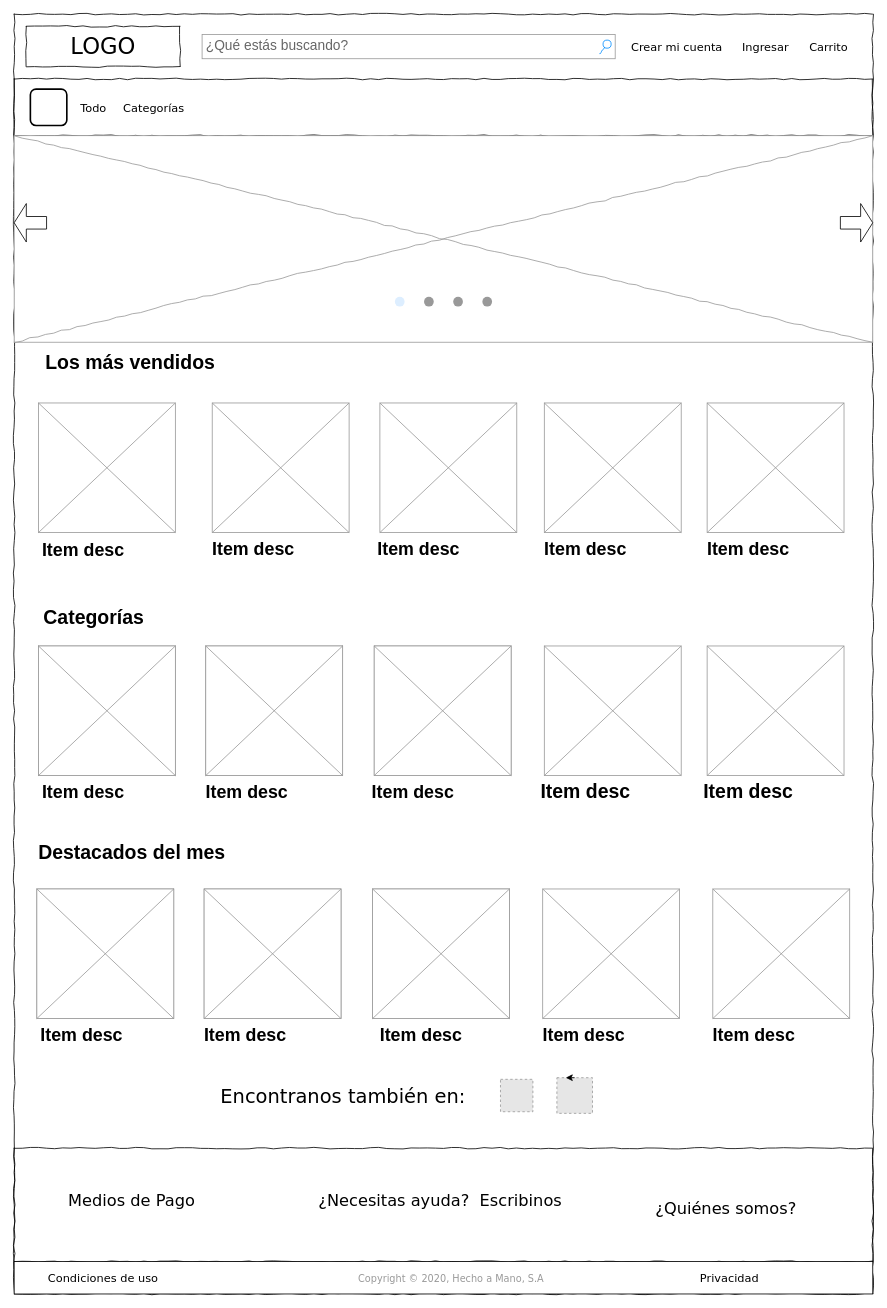
Before: page "Page-1" (1 of 2) of Untitled Diagram.drawio in CarliFP/grupo_1_hechoAmano, a draw.io diagram. Source tidied: cells renumbered, new cells numbered last; positions are measured from the earlier drawing's top-left corner, leaving out a move shared by most shapes. Both pictures are drawn from the tidied source at 81%, with x=0, y=0 at pixel (14, 14). Pictures stored in the file or linked from it are replaced by grey dashed boxes.
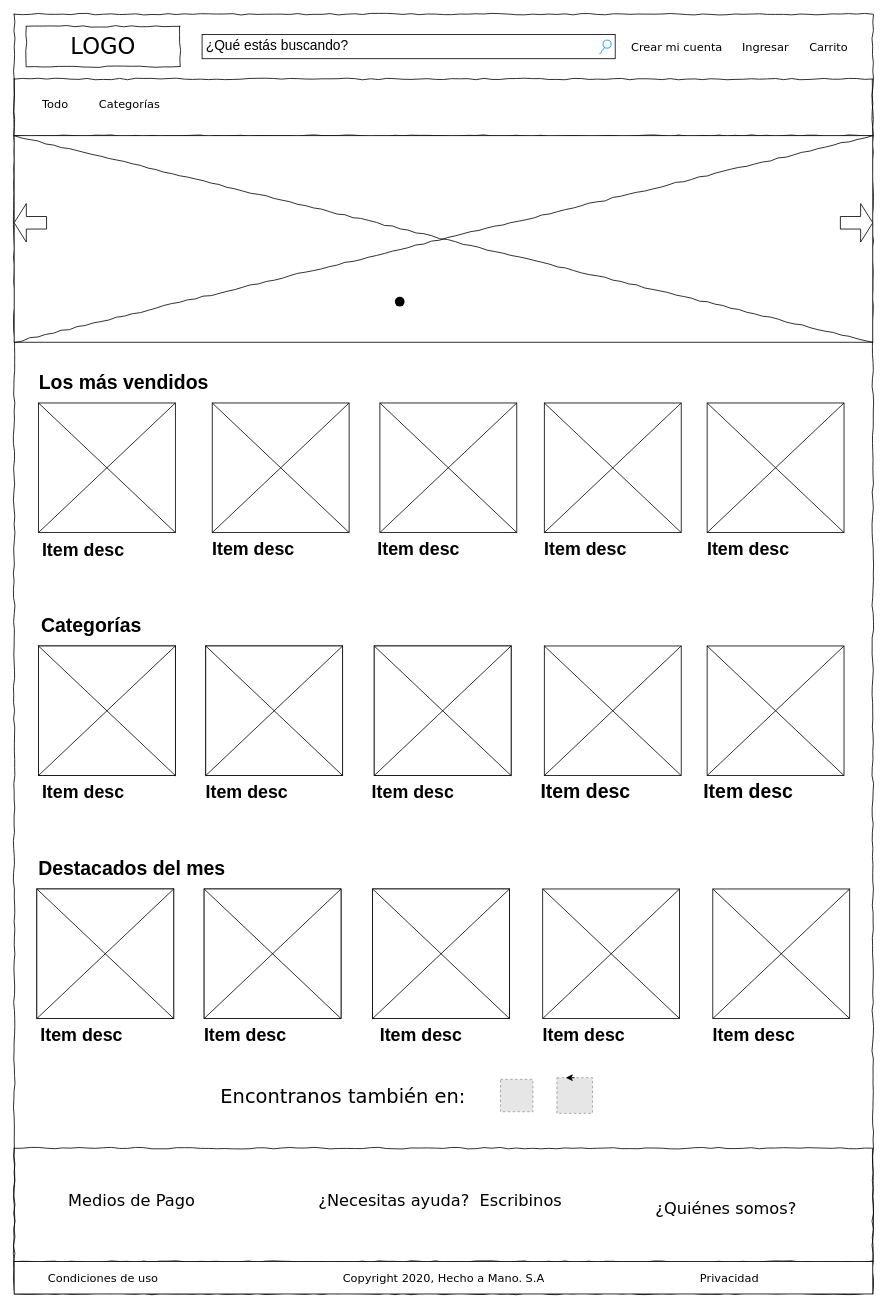
After the change.

The edit, as a diff of the source:
```diff
@@
-<mxGraphModel background="#ffffff">
+<mxGraphModel>
@@
-    <mxCell id="2" style="whiteSpace=wrap;html=1;rounded=0;shadow=0;labelBackgroundColor=none;strokeColor=#000000;strokeWidth=1;fillColor=none;fontFamily=Verdana;fontSize=12;fontColor=#000000;align=center;comic=1;" parent="1" vertex="1">
+    <mxCell id="2" style="whiteSpace=wrap;html=1;rounded=0;shadow=0;labelBackgroundColor=none;strokeWidth=1;fillColor=none;fontFamily=Verdana;fontSize=12;align=center;comic=1;" parent="1" vertex="1">
       <mxGeometry width="1060" height="1580" as="geometry" />
     </mxCell>
@@
-    <mxCell id="4" value="¿Qué estás buscando?" style="strokeWidth=1;shadow=0;dashed=0;align=center;html=1;shape=mxgraph.mockup.forms.searchBox;strokeColor=#999999;mainText=;strokeColor2=#008cff;fontColor=#666666;fontSize=17;align=left;spacingLeft=3;rounded=0;labelBackgroundColor=none;comic=1;" parent="1" vertex="1">
+    <mxCell id="4" value="¿Qué estás buscando?" style="strokeWidth=1;shadow=0;dashed=0;align=center;html=1;shape=mxgraph.mockup.forms.searchBox;mainText=;strokeColor2=#008cff;fontSize=17;align=left;spacingLeft=3;rounded=0;labelBackgroundColor=none;comic=1;" parent="1" vertex="1">
       <mxGeometry x="232" y="25" width="510" height="30" as="geometry" />
     </mxCell>
@@
     <mxCell id="9" value="&lt;font style=&quot;font-size: 14px&quot;&gt;Todo&lt;/font&gt;" style="text;html=1;align=left;verticalAlign=top;spacingTop=-4;fontSize=14;fontFamily=Verdana;" parent="1" vertex="1">
-      <mxGeometry x="80" y="105" width="60" height="20" as="geometry" />
+      <mxGeometry x="32.5" y="100" width="60" height="20" as="geometry" />
     </mxCell>
     <mxCell id="10" value="Categorías&amp;nbsp;" style="text;html=1;align=left;verticalAlign=top;spacingTop=-4;fontSize=14;fontFamily=Verdana;" parent="1" vertex="1">
-      <mxGeometry x="132.5" y="105" width="60" height="20" as="geometry" />
+      <mxGeometry x="102.5" y="100" width="60" height="20" as="geometry" />
     </mxCell>
-    <mxCell id="11" style="verticalLabelPosition=bottom;shadow=0;dashed=0;align=center;html=1;verticalAlign=top;strokeWidth=1;shape=mxgraph.mockup.graphics.simpleIcon;strokeColor=#999999;rounded=0;labelBackgroundColor=none;fontFamily=Verdana;fontSize=14;fontColor=#000000;comic=1;" parent="1" vertex="1">
+    <mxCell id="11" style="verticalLabelPosition=bottom;shadow=0;dashed=0;align=center;html=1;verticalAlign=top;strokeWidth=1;shape=mxgraph.mockup.graphics.simpleIcon;rounded=0;labelBackgroundColor=none;fontFamily=Verdana;fontSize=14;comic=1;" parent="1" vertex="1">
       <mxGeometry y="150" width="1060" height="255" as="geometry" />
     </mxCell>
@@
-    <mxCell id="14" style="verticalLabelPosition=bottom;shadow=0;dashed=0;align=center;html=1;verticalAlign=top;strokeWidth=1;shape=mxgraph.mockup.navigation.pageControl;fillColor=#999999;strokeColor=#ddeeff;" parent="1" vertex="1">
+    <mxCell id="14" style="verticalLabelPosition=bottom;shadow=0;dashed=0;align=center;html=1;verticalAlign=top;strokeWidth=1;shape=mxgraph.mockup.navigation.pageControl;" parent="1" vertex="1">
       <mxGeometry x="470" y="325" width="120" height="60" as="geometry" />
     </mxCell>
-    <mxCell id="15" style="verticalLabelPosition=bottom;shadow=0;dashed=0;align=center;html=1;verticalAlign=top;strokeWidth=1;shape=mxgraph.mockup.graphics.simpleIcon;strokeColor=#999999;fillColor=#ffffff;" parent="1" vertex="1">
+    <mxCell id="15" style="verticalLabelPosition=bottom;shadow=0;dashed=0;align=center;html=1;verticalAlign=top;strokeWidth=1;shape=mxgraph.mockup.graphics.simpleIcon;" parent="1" vertex="1">
       <mxGeometry x="30" y="480" width="169" height="160" as="geometry" />
     </mxCell>
-    <mxCell id="16" style="verticalLabelPosition=bottom;shadow=0;dashed=0;align=center;html=1;verticalAlign=top;strokeWidth=1;shape=mxgraph.mockup.graphics.simpleIcon;strokeColor=#999999;fillColor=#ffffff;" parent="1" vertex="1">
+    <mxCell id="16" style="verticalLabelPosition=bottom;shadow=0;dashed=0;align=center;html=1;verticalAlign=top;strokeWidth=1;shape=mxgraph.mockup.graphics.simpleIcon;" parent="1" vertex="1">
       <mxGeometry x="244.5" y="480" width="169" height="160" as="geometry" />
     </mxCell>
-    <mxCell id="17" style="verticalLabelPosition=bottom;shadow=0;dashed=0;align=center;html=1;verticalAlign=top;strokeWidth=1;shape=mxgraph.mockup.graphics.simpleIcon;strokeColor=#999999;fillColor=#ffffff;" parent="1" vertex="1">
+    <mxCell id="17" style="verticalLabelPosition=bottom;shadow=0;dashed=0;align=center;html=1;verticalAlign=top;strokeWidth=1;shape=mxgraph.mockup.graphics.simpleIcon;" parent="1" vertex="1">
       <mxGeometry x="451.5" y="480" width="169" height="160" as="geometry" />
     </mxCell>
-    <mxCell id="18" style="verticalLabelPosition=bottom;shadow=0;dashed=0;align=center;html=1;verticalAlign=top;strokeWidth=1;shape=mxgraph.mockup.graphics.simpleIcon;strokeColor=#999999;fillColor=#ffffff;" parent="1" vertex="1">
+    <mxCell id="18" style="verticalLabelPosition=bottom;shadow=0;dashed=0;align=center;html=1;verticalAlign=top;strokeWidth=1;shape=mxgraph.mockup.graphics.simpleIcon;" parent="1" vertex="1">
       <mxGeometry x="654.5" y="480" width="169" height="160" as="geometry" />
     </mxCell>
-    <mxCell id="19" style="verticalLabelPosition=bottom;shadow=0;dashed=0;align=center;html=1;verticalAlign=top;strokeWidth=1;shape=mxgraph.mockup.graphics.simpleIcon;strokeColor=#999999;fillColor=#ffffff;" parent="1" vertex="1">
+    <mxCell id="19" style="verticalLabelPosition=bottom;shadow=0;dashed=0;align=center;html=1;verticalAlign=top;strokeWidth=1;shape=mxgraph.mockup.graphics.simpleIcon;" parent="1" vertex="1">
       <mxGeometry x="855.5" y="480" width="169" height="160" as="geometry" />
     </mxCell>
     <mxCell id="20" value="Los más vendidos" style="text;strokeColor=none;fillColor=none;html=1;fontSize=24;fontStyle=1;verticalAlign=middle;align=center;" parent="1" vertex="1">
-      <mxGeometry x="22.8" y="405" width="240" height="50" as="geometry" />
+      <mxGeometry x="15" y="430" width="240" height="50" as="geometry" />
     </mxCell>
@@
-    <mxCell id="26" style="verticalLabelPosition=bottom;shadow=0;dashed=0;align=center;html=1;verticalAlign=top;strokeWidth=1;shape=mxgraph.mockup.graphics.simpleIcon;strokeColor=#999999;fillColor=#ffffff;" parent="1" vertex="1">
+    <mxCell id="26" style="verticalLabelPosition=bottom;shadow=0;dashed=0;align=center;html=1;verticalAlign=top;strokeWidth=1;shape=mxgraph.mockup.graphics.simpleIcon;" parent="1" vertex="1">
       <mxGeometry x="855.5" y="780" width="169" height="160" as="geometry" />
     </mxCell>
-    <mxCell id="27" style="verticalLabelPosition=bottom;shadow=0;dashed=0;align=center;html=1;verticalAlign=top;strokeWidth=1;shape=mxgraph.mockup.graphics.simpleIcon;strokeColor=#999999;fillColor=#ffffff;" parent="1" vertex="1">
+    <mxCell id="27" style="verticalLabelPosition=bottom;shadow=0;dashed=0;align=center;html=1;verticalAlign=top;strokeWidth=1;shape=mxgraph.mockup.graphics.simpleIcon;" parent="1" vertex="1">
       <mxGeometry x="654.5" y="780" width="169" height="160" as="geometry" />
     </mxCell>
-    <mxCell id="28" style="verticalLabelPosition=bottom;shadow=0;dashed=0;align=center;html=1;verticalAlign=top;strokeWidth=1;shape=mxgraph.mockup.graphics.simpleIcon;strokeColor=#999999;fillColor=#ffffff;" parent="1" vertex="1">
+    <mxCell id="28" style="verticalLabelPosition=bottom;shadow=0;dashed=0;align=center;html=1;verticalAlign=top;strokeWidth=1;shape=mxgraph.mockup.graphics.simpleIcon;" parent="1" vertex="1">
       <mxGeometry x="444.5" y="780" width="169" height="160" as="geometry" />
     </mxCell>
     <mxCell id="29" value="Categorías" style="text;strokeColor=none;fillColor=none;html=1;fontSize=24;fontStyle=1;verticalAlign=middle;align=center;" parent="1" vertex="1">
-      <mxGeometry x="32.5" y="720" width="130" height="50" as="geometry" />
+      <mxGeometry x="30" y="730" width="130" height="50" as="geometry" />
     </mxCell>
-    <mxCell id="30" style="verticalLabelPosition=bottom;shadow=0;dashed=0;align=center;html=1;verticalAlign=top;strokeWidth=1;shape=mxgraph.mockup.graphics.simpleIcon;strokeColor=#999999;fillColor=#ffffff;" parent="1" vertex="1">
+    <mxCell id="30" style="verticalLabelPosition=bottom;shadow=0;dashed=0;align=center;html=1;verticalAlign=top;strokeWidth=1;shape=mxgraph.mockup.graphics.simpleIcon;" parent="1" vertex="1">
       <mxGeometry x="30" y="780" width="169" height="160" as="geometry" />
     </mxCell>
@@
-    <mxCell id="32" style="verticalLabelPosition=bottom;shadow=0;dashed=0;align=center;html=1;verticalAlign=top;strokeWidth=1;shape=mxgraph.mockup.graphics.simpleIcon;strokeColor=#999999;fillColor=#ffffff;" parent="1" vertex="1">
+    <mxCell id="32" style="verticalLabelPosition=bottom;shadow=0;dashed=0;align=center;html=1;verticalAlign=top;strokeWidth=1;shape=mxgraph.mockup.graphics.simpleIcon;" parent="1" vertex="1">
       <mxGeometry x="236.5" y="780" width="169" height="160" as="geometry" />
     </mxCell>
@@
-    <mxCell id="37" style="verticalLabelPosition=bottom;shadow=0;dashed=0;align=center;html=1;verticalAlign=top;strokeWidth=1;shape=mxgraph.mockup.graphics.simpleIcon;strokeColor=#999999;fillColor=#ffffff;" parent="1" vertex="1">
+    <mxCell id="37" style="verticalLabelPosition=bottom;shadow=0;dashed=0;align=center;html=1;verticalAlign=top;strokeWidth=1;shape=mxgraph.mockup.graphics.simpleIcon;" parent="1" vertex="1">
       <mxGeometry x="444.5" y="780" width="169" height="160" as="geometry" />
     </mxCell>
-    <mxCell id="38" style="verticalLabelPosition=bottom;shadow=0;dashed=0;align=center;html=1;verticalAlign=top;strokeWidth=1;shape=mxgraph.mockup.graphics.simpleIcon;strokeColor=#999999;fillColor=#ffffff;" parent="1" vertex="1">
+    <mxCell id="38" style="verticalLabelPosition=bottom;shadow=0;dashed=0;align=center;html=1;verticalAlign=top;strokeWidth=1;shape=mxgraph.mockup.graphics.simpleIcon;" parent="1" vertex="1">
       <mxGeometry x="236.5" y="780" width="169" height="160" as="geometry" />
     </mxCell>
-    <mxCell id="39" style="verticalLabelPosition=bottom;shadow=0;dashed=0;align=center;html=1;verticalAlign=top;strokeWidth=1;shape=mxgraph.mockup.graphics.simpleIcon;strokeColor=#999999;fillColor=#ffffff;" parent="1" vertex="1">
+    <mxCell id="39" style="verticalLabelPosition=bottom;shadow=0;dashed=0;align=center;html=1;verticalAlign=top;strokeWidth=1;shape=mxgraph.mockup.graphics.simpleIcon;" parent="1" vertex="1">
       <mxGeometry x="30" y="780" width="169" height="160" as="geometry" />
     </mxCell>
-    <mxCell id="40" style="verticalLabelPosition=bottom;shadow=0;dashed=0;align=center;html=1;verticalAlign=top;strokeWidth=1;shape=mxgraph.mockup.graphics.simpleIcon;strokeColor=#999999;fillColor=#ffffff;" parent="1" vertex="1">
+    <mxCell id="40" style="verticalLabelPosition=bottom;shadow=0;dashed=0;align=center;html=1;verticalAlign=top;strokeWidth=1;shape=mxgraph.mockup.graphics.simpleIcon;" parent="1" vertex="1">
       <mxGeometry x="862.5" y="1080" width="169" height="160" as="geometry" />
     </mxCell>
-    <mxCell id="41" style="verticalLabelPosition=bottom;shadow=0;dashed=0;align=center;html=1;verticalAlign=top;strokeWidth=1;shape=mxgraph.mockup.graphics.simpleIcon;strokeColor=#999999;fillColor=#ffffff;" parent="1" vertex="1">
+    <mxCell id="41" style="verticalLabelPosition=bottom;shadow=0;dashed=0;align=center;html=1;verticalAlign=top;strokeWidth=1;shape=mxgraph.mockup.graphics.simpleIcon;" parent="1" vertex="1">
       <mxGeometry x="652.5" y="1080" width="169" height="160" as="geometry" />
     </mxCell>
-    <mxCell id="42" style="verticalLabelPosition=bottom;shadow=0;dashed=0;align=center;html=1;verticalAlign=top;strokeWidth=1;shape=mxgraph.mockup.graphics.simpleIcon;strokeColor=#999999;fillColor=#ffffff;" parent="1" vertex="1">
+    <mxCell id="42" style="verticalLabelPosition=bottom;shadow=0;dashed=0;align=center;html=1;verticalAlign=top;strokeWidth=1;shape=mxgraph.mockup.graphics.simpleIcon;" parent="1" vertex="1">
       <mxGeometry x="442.5" y="1080" width="169" height="160" as="geometry" />
     </mxCell>
     <mxCell id="43" value="Destacados del mes" style="text;strokeColor=none;fillColor=none;html=1;fontSize=24;fontStyle=1;verticalAlign=middle;align=center;" parent="1" vertex="1">
-      <mxGeometry x="80" y="1010" width="130" height="50" as="geometry" />
+      <mxGeometry x="80" y="1030" width="130" height="50" as="geometry" />
     </mxCell>
-    <mxCell id="44" style="verticalLabelPosition=bottom;shadow=0;dashed=0;align=center;html=1;verticalAlign=top;strokeWidth=1;shape=mxgraph.mockup.graphics.simpleIcon;strokeColor=#999999;fillColor=#ffffff;" parent="1" vertex="1">
+    <mxCell id="44" style="verticalLabelPosition=bottom;shadow=0;dashed=0;align=center;html=1;verticalAlign=top;strokeWidth=1;shape=mxgraph.mockup.graphics.simpleIcon;" parent="1" vertex="1">
       <mxGeometry x="28" y="1080" width="169" height="160" as="geometry" />
     </mxCell>
@@
-    <mxCell id="46" style="verticalLabelPosition=bottom;shadow=0;dashed=0;align=center;html=1;verticalAlign=top;strokeWidth=1;shape=mxgraph.mockup.graphics.simpleIcon;strokeColor=#999999;fillColor=#ffffff;" parent="1" vertex="1">
+    <mxCell id="46" style="verticalLabelPosition=bottom;shadow=0;dashed=0;align=center;html=1;verticalAlign=top;strokeWidth=1;shape=mxgraph.mockup.graphics.simpleIcon;" parent="1" vertex="1">
       <mxGeometry x="234.5" y="1080" width="169" height="160" as="geometry" />
     </mxCell>
@@
-    <mxCell id="51" style="verticalLabelPosition=bottom;shadow=0;dashed=0;align=center;html=1;verticalAlign=top;strokeWidth=1;shape=mxgraph.mockup.graphics.simpleIcon;strokeColor=#999999;fillColor=#ffffff;" parent="1" vertex="1">
+    <mxCell id="51" style="verticalLabelPosition=bottom;shadow=0;dashed=0;align=center;html=1;verticalAlign=top;strokeWidth=1;shape=mxgraph.mockup.graphics.simpleIcon;" parent="1" vertex="1">
       <mxGeometry x="442.5" y="1080" width="169" height="160" as="geometry" />
     </mxCell>
-    <mxCell id="52" style="verticalLabelPosition=bottom;shadow=0;dashed=0;align=center;html=1;verticalAlign=top;strokeWidth=1;shape=mxgraph.mockup.graphics.simpleIcon;strokeColor=#999999;fillColor=#ffffff;" parent="1" vertex="1">
+    <mxCell id="52" style="verticalLabelPosition=bottom;shadow=0;dashed=0;align=center;html=1;verticalAlign=top;strokeWidth=1;shape=mxgraph.mockup.graphics.simpleIcon;" parent="1" vertex="1">
       <mxGeometry x="234.5" y="1080" width="169" height="160" as="geometry" />
     </mxCell>
-    <mxCell id="53" style="verticalLabelPosition=bottom;shadow=0;dashed=0;align=center;html=1;verticalAlign=top;strokeWidth=1;shape=mxgraph.mockup.graphics.simpleIcon;strokeColor=#999999;fillColor=#ffffff;" parent="1" vertex="1">
+    <mxCell id="53" style="verticalLabelPosition=bottom;shadow=0;dashed=0;align=center;html=1;verticalAlign=top;strokeWidth=1;shape=mxgraph.mockup.graphics.simpleIcon;" parent="1" vertex="1">
       <mxGeometry x="28" y="1080" width="169" height="160" as="geometry" />
     </mxCell>
@@
-    <mxCell id="59" style="fillColor=#E6E6E6;strokeColor=#999999;dashed=1;html=1;verticalAlign=top;verticalLabelPosition=bottom;labelBackgroundColor=#ffffff;" parent="1" vertex="1">
+    <mxCell id="59" style="fillColor=#E6E6E6;strokeColor=#999999;dashed=1;html=1;verticalAlign=top;verticalLabelPosition=bottom;" parent="1" vertex="1">
       <mxGeometry x="600.4" y="1315" width="40" height="40" as="geometry" />
     </mxCell>
-    <mxCell id="60" style="fillColor=#E6E6E6;strokeColor=#999999;dashed=1;html=1;verticalAlign=top;verticalLabelPosition=bottom;labelBackgroundColor=#ffffff;" parent="1" vertex="1">
+    <mxCell id="60" style="fillColor=#E6E6E6;strokeColor=#999999;dashed=1;html=1;verticalAlign=top;verticalLabelPosition=bottom;" parent="1" vertex="1">
       <mxGeometry x="670" y="1313" width="44" height="44" as="geometry" />
     </mxCell>
@@
-    <mxCell id="64" value="&lt;span style=&quot;color: rgb(153 , 153 , 153) ; font-family: &amp;#34;proxima nova&amp;#34; , , &amp;#34;helvetica neue&amp;#34; , &amp;#34;helvetica&amp;#34; , &amp;#34;roboto&amp;#34; , &amp;#34;arial&amp;#34; , sans-serif ; font-size: 12px ; background-color: rgb(255 , 255 , 255)&quot;&gt;Copyright © 2020, Hecho a Mano, S.A&lt;/span&gt;" style="text;html=1;align=left;verticalAlign=top;spacingTop=-4;fontSize=14;fontFamily=Verdana;" parent="1" vertex="1">
-      <mxGeometry x="423.2" y="1550" width="316.8" height="20" as="geometry" />
-    </mxCell>
@@
-    <mxCell id="66" style="rounded=1;whiteSpace=wrap;html=1;absoluteArcSize=1;arcSize=14;strokeWidth=2;rotation=90;" parent="1" vertex="1">
-      <mxGeometry x="20" y="92.5" width="45" height="45" as="geometry" />
-    </mxCell>
+    <mxCell id="67" value="Copyright 2020, Hecho a Mano. S.A" style="text;html=1;align=left;verticalAlign=top;spacingTop=-4;fontSize=14;fontFamily=Verdana;" parent="1" vertex="1">
+      <mxGeometry x="403.5" y="1550" width="266.5" height="20" as="geometry" />
+    </mxCell>
```
